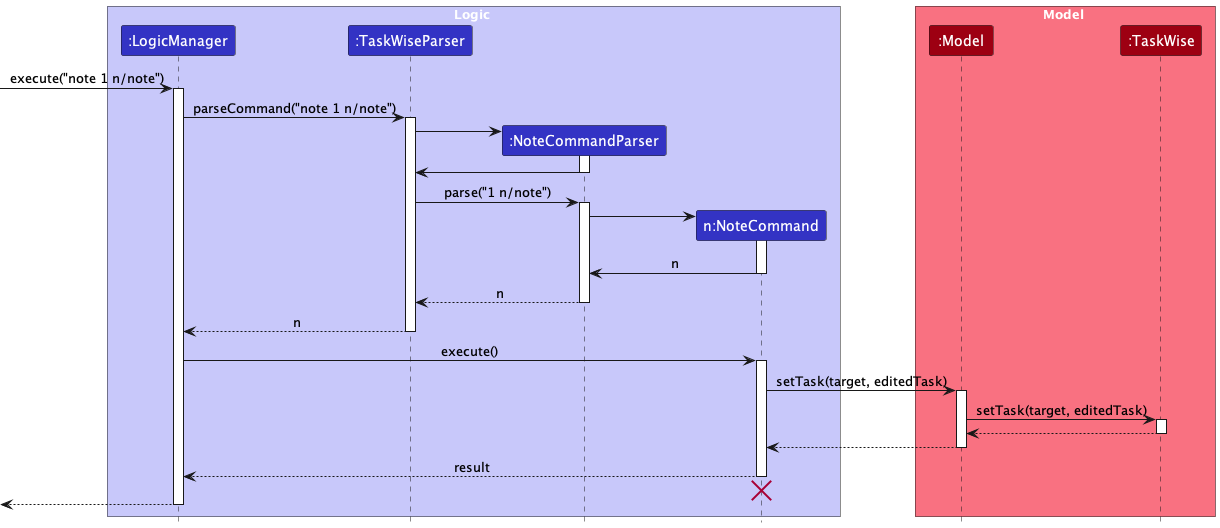
The PlantUML diagram docs/images/NoteSequenceDiagram.png in seantehds/tp, before a commit.
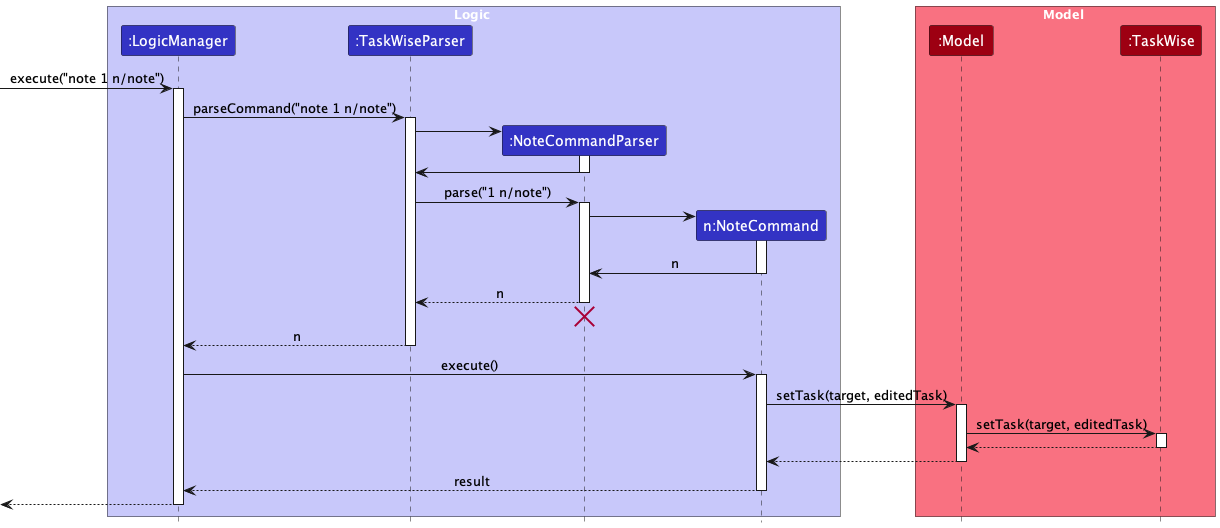
After the change.

Commit message:
Fix sequence siagram of note and view

Diff of the diagram source:
```diff
@@ -39,6 +39,9 @@
 NoteCommandParser --> TaskWiseParser : n
 deactivate NoteCommandParser
 
+NoteCommandParser -[hidden]-> TaskWiseParser
+destroy NoteCommandParser
+
 TaskWiseParser --> LogicManager : n
 deactivate TaskWiseParser
 
@@ -60,9 +63,6 @@
 NoteCommand --> LogicManager : result
 deactivate NoteCommand
 
-NoteCommand -[hidden]-> LogicManager
-destroy NoteCommand
-
 [<--LogicManager
 deactivate LogicManager
 @enduml
```
